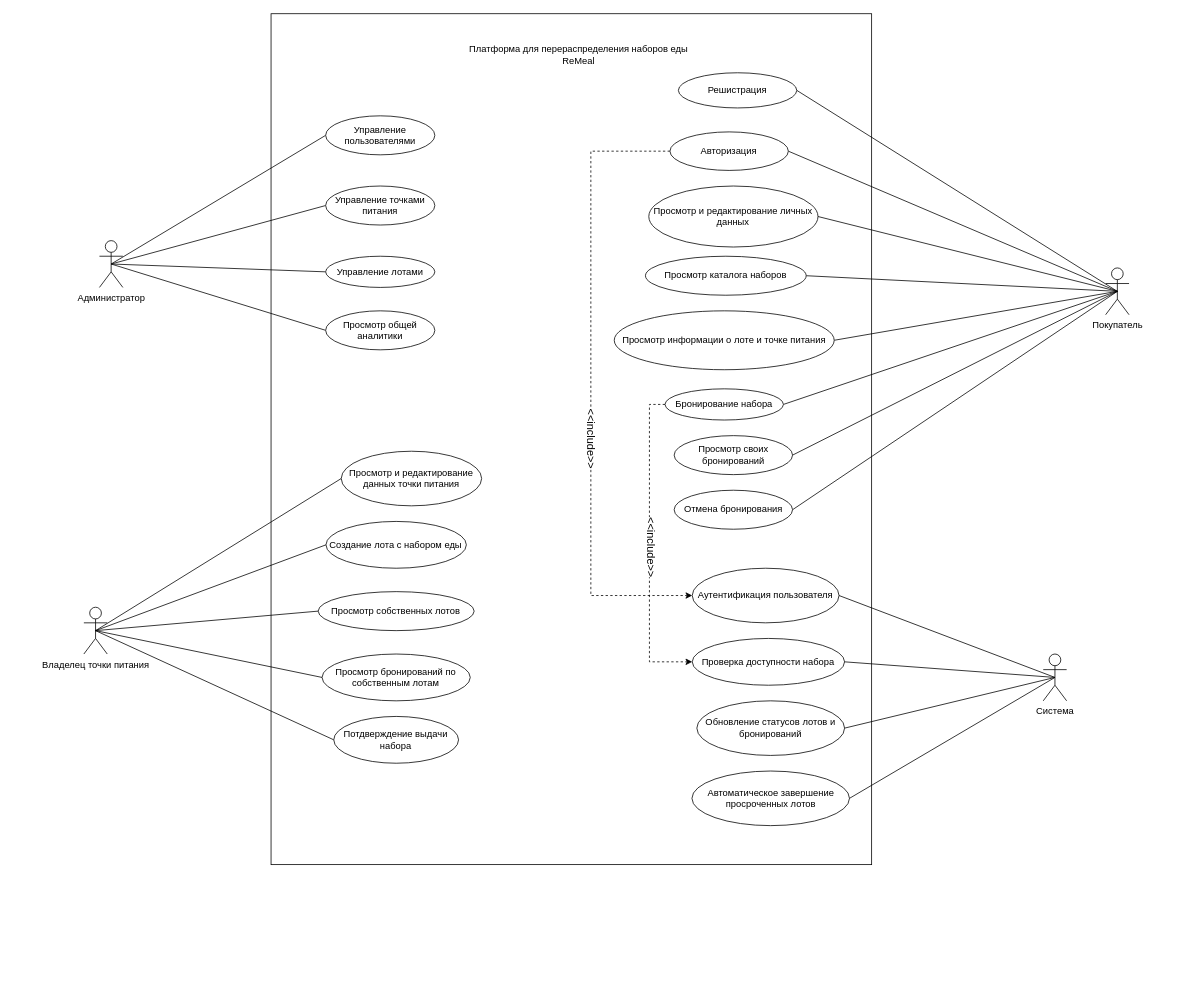
Earlier version of the draw.io diagram Documents/UML/Диаграмма вариантов использования.drawio (bubus1kk/ReMeal). Source tidied: cells renumbered, new cells numbered last; positions are measured from the earlier drawing's top-left corner, leaving out a move shared by most shapes. Both pictures are drawn from the tidied source at 78%, with x=0, y=0 at pixel (83, 13).
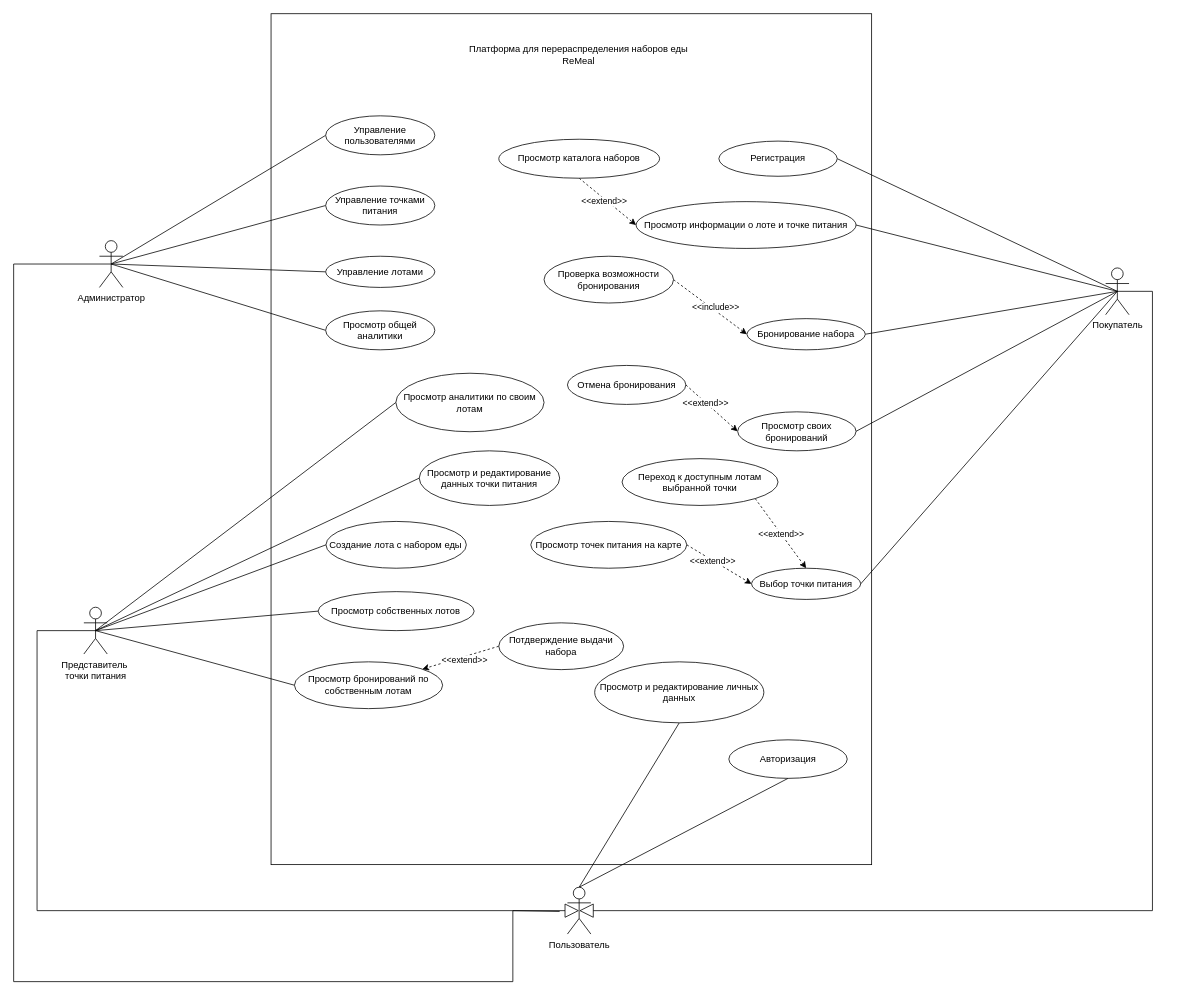
After the change.

Commit message (it also covers changes not shown here):
small fixes in use case diagram and class diagram

The change refers to these unchanged cells:
```xml
<mxCell id="11" value="Покупатель&lt;div&gt;&lt;br&gt;&lt;/div&gt;" style="shape=umlActor;verticalLabelPosition=bottom;verticalAlign=top;html=1;outlineConnect=0;" parent="1" vertex="1">
  <mxGeometry x="1310" y="326" width="30" height="60" as="geometry" />
</mxCell>
<mxCell id="17" value="Администратор" style="shape=umlActor;verticalLabelPosition=bottom;verticalAlign=top;html=1;outlineConnect=0;" parent="1" vertex="1">
  <mxGeometry x="20" y="291" width="30" height="60" as="geometry" />
</mxCell>
```

Change to the diagram source:
```diff
@@
-    <mxCell id="4" style="rounded=0;jettySize=auto;html=1;exitX=0.5;exitY=0.5;exitDx=0;exitDy=0;exitPerimeter=0;entryX=1;entryY=0.5;entryDx=0;entryDy=0;startArrow=none;startFill=0;endArrow=none;endFill=0;" parent="1" edge="1" source="11" target="28">
-      <mxGeometry relative="1" as="geometry" />
-    </mxCell>
-    <mxCell id="5" style="rounded=0;jettySize=auto;html=1;exitX=0.5;exitY=0.5;exitDx=0;exitDy=0;exitPerimeter=0;entryX=1;entryY=0.5;entryDx=0;entryDy=0;endArrow=none;endFill=0;" parent="1" edge="1" source="11" target="29">
-      <mxGeometry relative="1" as="geometry" />
-    </mxCell>
-    <mxCell id="6" style="rounded=0;jettySize=auto;html=1;exitX=0.5;exitY=0.5;exitDx=0;exitDy=0;exitPerimeter=0;entryX=1;entryY=0.5;entryDx=0;entryDy=0;endArrow=none;endFill=0;" parent="1" edge="1" source="11" target="30">
-      <mxGeometry relative="1" as="geometry" />
-    </mxCell>
@@
-    <mxCell id="10" style="rounded=0;jettySize=auto;html=1;exitX=0.5;exitY=0.5;exitDx=0;exitDy=0;exitPerimeter=0;entryX=1;entryY=0.5;entryDx=0;entryDy=0;endArrow=none;endFill=0;" parent="1" edge="1" source="11" target="34">
-      <mxGeometry relative="1" as="geometry" />
-    </mxCell>
+    <mxCell id="54" style="rounded=0;jettySize=auto;html=1;exitX=0.5;exitY=0.5;exitDx=0;exitDy=0;exitPerimeter=0;entryX=1;entryY=0.5;entryDx=0;entryDy=0;endArrow=none;endFill=0;" parent="1" edge="1" source="11" target="78">
+      <mxGeometry relative="1" as="geometry" />
+    </mxCell>
@@
-    <mxCell id="12" value="Система&lt;div&gt;&lt;br&gt;&lt;/div&gt;" style="shape=umlActor;verticalLabelPosition=bottom;verticalAlign=top;html=1;outlineConnect=0;" parent="1" vertex="1">
-      <mxGeometry x="1230" y="821" width="30" height="60" as="geometry" />
-    </mxCell>
@@
-    <mxCell id="22" style="rounded=0;jettySize=auto;html=1;exitX=0.5;exitY=0.5;exitDx=0;exitDy=0;exitPerimeter=0;entryX=0;entryY=0.5;entryDx=0;entryDy=0;endArrow=none;endFill=0;" parent="1" edge="1" source="23" target="44">
-      <mxGeometry relative="1" as="geometry" />
-    </mxCell>
+    <mxCell id="55" style="rounded=0;jettySize=auto;html=1;exitX=0.5;exitY=0.5;exitDx=0;exitDy=0;exitPerimeter=0;entryX=0;entryY=0.5;entryDx=0;entryDy=0;endArrow=none;endFill=0;" parent="1" edge="1" source="23" target="74">
+      <mxGeometry relative="1" as="geometry" />
+    </mxCell>
-    <mxCell id="23" value="Владелец точки питания" style="shape=umlActor;verticalLabelPosition=bottom;verticalAlign=top;html=1;outlineConnect=0;" parent="1" vertex="1">
+    <mxCell id="23" value="Представитель&amp;nbsp;&lt;div&gt;т&lt;span style=&quot;background-color: transparent; color: light-dark(rgb(0, 0, 0), rgb(255, 255, 255));&quot;&gt;очки питания&lt;/span&gt;&lt;/div&gt;" style="shape=umlActor;verticalLabelPosition=bottom;verticalAlign=top;html=1;outlineConnect=0;" parent="1" vertex="1">
       <mxGeometry y="761" width="30" height="60" as="geometry" />
     </mxCell>
@@
-    <mxCell id="25" value="Решистрация" style="ellipse;whiteSpace=wrap;html=1;" parent="1" vertex="1">
-      <mxGeometry x="762.2" y="75.8" width="151.8" height="45.1" as="geometry" />
+    <mxCell id="25" value="Регистрация" style="ellipse;whiteSpace=wrap;html=1;" parent="1" vertex="1">
+      <mxGeometry x="814.1" y="163.4" width="151.8" height="45.1" as="geometry" />
     </mxCell>
-    <mxCell id="26" style="edgeStyle=orthogonalEdgeStyle;rounded=0;jettySize=auto;html=1;exitX=0;exitY=0.5;exitDx=0;exitDy=0;entryX=0;entryY=0.5;entryDx=0;entryDy=0;dashed=1;" parent="1" edge="1" source="28" target="51">
-      <mxGeometry relative="1" as="geometry">
-        <Array as="points">
-          <mxPoint x="650" y="176" />
-          <mxPoint x="650" y="746" />
-        </Array>
-      </mxGeometry>
-    </mxCell>
-    <mxCell id="27" value="&lt;font style=&quot;font-size: 14px;&quot;&gt;&amp;lt;&amp;lt;include&amp;gt;&amp;gt;&lt;/font&gt;" style="edgeLabel;html=1;align=center;verticalAlign=middle;rotation=90;" parent="26" vertex="1">
-      <mxGeometry x="-0.11" y="1" relative="1" as="geometry">
-        <mxPoint y="113" as="offset" />
-      </mxGeometry>
-    </mxCell>
-    <mxCell id="28" value="Авторизация" style="ellipse;whiteSpace=wrap;html=1;" parent="1" vertex="1">
-      <mxGeometry x="751.4" y="151.6" width="151.8" height="49.4" as="geometry" />
-    </mxCell>
-    <mxCell id="29" value="Просмотр и редактирование личных данных" style="ellipse;whiteSpace=wrap;html=1;" parent="1" vertex="1">
-      <mxGeometry x="724.3" y="221" width="216.9" height="78.2" as="geometry" />
-    </mxCell>
+    <mxCell id="56" style="rounded=0;jettySize=auto;html=1;exitX=0.5;exitY=1;exitDx=0;exitDy=0;entryX=0;entryY=0.5;entryDx=0;entryDy=0;dashed=1;" parent="1" edge="1" source="30" target="31">
+      <mxGeometry relative="1" as="geometry" />
+    </mxCell>
+    <mxCell id="57" value="&amp;lt;&amp;lt;extend&amp;gt;&amp;gt;" style="edgeLabel;html=1;align=center;verticalAlign=middle;" parent="56" vertex="1">
+      <mxGeometry x="-0.15" y="3" relative="1" as="geometry">
+        <mxPoint x="-1" y="6" as="offset" />
+      </mxGeometry>
+    </mxCell>
     <mxCell id="30" value="Просмотр каталога наборов" style="ellipse;whiteSpace=wrap;html=1;" parent="1" vertex="1">
-      <mxGeometry x="720" y="311" width="206.1" height="50" as="geometry" />
+      <mxGeometry x="532" y="161" width="206.1" height="50" as="geometry" />
     </mxCell>
     <mxCell id="31" value="Просмотр информации о лоте и точке питания" style="ellipse;whiteSpace=wrap;html=1;" parent="1" vertex="1">
-      <mxGeometry x="680" y="381" width="282" height="75.5" as="geometry" />
+      <mxGeometry x="708" y="241" width="282" height="60" as="geometry" />
     </mxCell>
-    <mxCell id="32" style="edgeStyle=orthogonalEdgeStyle;rounded=0;jettySize=auto;html=1;exitX=0;exitY=0.5;exitDx=0;exitDy=0;entryX=0;entryY=0.5;entryDx=0;entryDy=0;dashed=1;" parent="1" edge="1" source="33" target="49">
-      <mxGeometry relative="1" as="geometry" />
-    </mxCell>
     <mxCell id="33" value="Бронирование набора" style="ellipse;whiteSpace=wrap;html=1;" parent="1" vertex="1">
-      <mxGeometry x="745.1" y="481" width="151.8" height="40" as="geometry" />
+      <mxGeometry x="850.1" y="391" width="151.8" height="40" as="geometry" />
     </mxCell>
+    <mxCell id="58" style="rounded=0;jettySize=auto;html=1;exitX=1;exitY=0.5;exitDx=0;exitDy=0;entryX=0;entryY=0.5;entryDx=0;entryDy=0;dashed=1;" parent="1" edge="1" source="34" target="35">
+      <mxGeometry relative="1" as="geometry" />
+    </mxCell>
+    <mxCell id="59" value="&amp;lt;&amp;lt;extend&amp;gt;&amp;gt;" style="edgeLabel;html=1;align=center;verticalAlign=middle;" parent="58" vertex="1">
+      <mxGeometry x="-0.26" relative="1" as="geometry" />
+    </mxCell>
     <mxCell id="34" value="Отмена бронирования" style="ellipse;whiteSpace=wrap;html=1;" parent="1" vertex="1">
-      <mxGeometry x="756.8" y="611" width="151.8" height="50" as="geometry" />
+      <mxGeometry x="620" y="451" width="151.8" height="50" as="geometry" />
     </mxCell>
     <mxCell id="35" value="Просмотр своих бронирований" style="ellipse;whiteSpace=wrap;html=1;" parent="1" vertex="1">
-      <mxGeometry x="756.8" y="541" width="151.8" height="50" as="geometry" />
+      <mxGeometry x="838.2" y="510.5" width="151.8" height="50" as="geometry" />
     </mxCell>
@@
     <mxCell id="40" value="Просмотр и редактирование данных точки питания" style="ellipse;whiteSpace=wrap;html=1;" parent="1" vertex="1">
-      <mxGeometry x="330" y="561" width="180" height="70" as="geometry" />
+      <mxGeometry x="430" y="560.5" width="180" height="70" as="geometry" />
     </mxCell>
@@
     <mxCell id="43" value="Просмотр бронирований по собственным лотам" style="ellipse;whiteSpace=wrap;html=1;" parent="1" vertex="1">
-      <mxGeometry x="305.4" y="821" width="190" height="60" as="geometry" />
+      <mxGeometry x="270" y="831" width="190" height="60" as="geometry" />
     </mxCell>
+    <mxCell id="60" style="rounded=0;jettySize=auto;html=1;exitX=0;exitY=0.5;exitDx=0;exitDy=0;dashed=1;" parent="1" edge="1" source="44" target="43">
+      <mxGeometry relative="1" as="geometry" />
+    </mxCell>
+    <mxCell id="61" value="&amp;lt;&amp;lt;extend&amp;gt;&amp;gt;" style="edgeLabel;html=1;align=center;verticalAlign=middle;" parent="60" vertex="1">
+      <mxGeometry x="-0.08" y="4" relative="1" as="geometry">
+        <mxPoint x="-1" as="offset" />
+      </mxGeometry>
+    </mxCell>
     <mxCell id="44" value="Потдверждение выдачи набора" style="ellipse;whiteSpace=wrap;html=1;" parent="1" vertex="1">
-      <mxGeometry x="320.4" y="901" width="160" height="60" as="geometry" />
+      <mxGeometry x="532" y="781" width="160" height="60" as="geometry" />
     </mxCell>
-    <mxCell id="45" value="Автоматическое завершение просроченных лотов" style="ellipse;whiteSpace=wrap;html=1;" parent="1" vertex="1">
-      <mxGeometry x="779.6" y="971" width="202" height="70" as="geometry" />
-    </mxCell>
-    <mxCell id="46" style="rounded=0;jettySize=auto;html=1;exitX=1;exitY=0.5;exitDx=0;exitDy=0;entryX=0.5;entryY=0.5;entryDx=0;entryDy=0;entryPerimeter=0;endArrow=none;endFill=0;" parent="1" edge="1" source="45" target="12">
-      <mxGeometry relative="1" as="geometry" />
-    </mxCell>
-    <mxCell id="47" style="rounded=0;jettySize=auto;html=1;exitX=1;exitY=0.5;exitDx=0;exitDy=0;entryX=0.5;entryY=0.5;entryDx=0;entryDy=0;entryPerimeter=0;endArrow=none;endFill=0;" parent="1" edge="1" source="48" target="12">
-      <mxGeometry relative="1" as="geometry" />
-    </mxCell>
-    <mxCell id="48" value="Обновление статусов лотов и бронирований" style="ellipse;whiteSpace=wrap;html=1;" parent="1" vertex="1">
-      <mxGeometry x="785.9" y="881" width="189.4" height="70" as="geometry" />
-    </mxCell>
-    <mxCell id="49" value="Проверка доступности набора" style="ellipse;whiteSpace=wrap;html=1;" parent="1" vertex="1">
-      <mxGeometry x="780" y="801" width="195.3" height="60" as="geometry" />
-    </mxCell>
-    <mxCell id="50" style="rounded=0;jettySize=auto;html=1;exitX=1;exitY=0.5;exitDx=0;exitDy=0;entryX=0.5;entryY=0.5;entryDx=0;entryDy=0;entryPerimeter=0;endArrow=none;endFill=0;" parent="1" edge="1" source="49" target="12">
-      <mxGeometry relative="1" as="geometry" />
-    </mxCell>
-    <mxCell id="51" value="Аутентификация пользователя" style="ellipse;whiteSpace=wrap;html=1;" parent="1" vertex="1">
-      <mxGeometry x="780" y="711" width="188.2" height="70" as="geometry" />
-    </mxCell>
-    <mxCell id="52" style="rounded=0;jettySize=auto;html=1;exitX=1;exitY=0.5;exitDx=0;exitDy=0;entryX=0.5;entryY=0.5;entryDx=0;entryDy=0;entryPerimeter=0;endArrow=none;endFill=0;" parent="1" edge="1" source="51" target="12">
-      <mxGeometry relative="1" as="geometry" />
-    </mxCell>
-    <mxCell id="53" value="&lt;font style=&quot;font-size: 14px;&quot;&gt;&amp;lt;&amp;lt;include&amp;gt;&amp;gt;&lt;/font&gt;" style="edgeLabel;html=1;align=center;verticalAlign=middle;rotation=90;" parent="1" vertex="1">
-      <mxGeometry x="680" y="611" as="geometry">
-        <mxPoint x="72" y="-48" as="offset" />
-      </mxGeometry>
-    </mxCell>
+    <mxCell id="62" style="rounded=0;jettySize=auto;html=1;exitX=1;exitY=0.5;exitDx=0;exitDy=0;entryX=0;entryY=0.5;entryDx=0;entryDy=0;dashed=1;" parent="1" edge="1" source="64" target="78">
+      <mxGeometry relative="1" as="geometry" />
+    </mxCell>
+    <mxCell id="63" value="&amp;lt;&amp;lt;extend&amp;gt;&amp;gt;" style="edgeLabel;html=1;align=center;verticalAlign=middle;" parent="62" vertex="1">
+      <mxGeometry x="-0.22" y="-1" relative="1" as="geometry" />
+    </mxCell>
+    <mxCell id="64" value="Просмотр точек питания на карте" style="ellipse;whiteSpace=wrap;html=1;" parent="1" vertex="1">
+      <mxGeometry x="573" y="651" width="200" height="60" as="geometry" />
+    </mxCell>
+    <mxCell id="65" style="rounded=0;jettySize=auto;html=1;exitX=1;exitY=1;exitDx=0;exitDy=0;entryX=0.5;entryY=0;entryDx=0;entryDy=0;dashed=1;" parent="1" edge="1" source="67" target="78">
+      <mxGeometry relative="1" as="geometry" />
+    </mxCell>
+    <mxCell id="66" value="&amp;lt;&amp;lt;extend&amp;gt;&amp;gt;" style="edgeLabel;html=1;align=center;verticalAlign=middle;" parent="65" vertex="1">
+      <mxGeometry x="0.02" relative="1" as="geometry" />
+    </mxCell>
+    <mxCell id="67" value="Переход к доступным лотам выбранной точки" style="ellipse;whiteSpace=wrap;html=1;" parent="1" vertex="1">
+      <mxGeometry x="690" y="570.5" width="200" height="60" as="geometry" />
+    </mxCell>
+    <mxCell id="68" style="rounded=0;jettySize=auto;html=1;exitX=0.5;exitY=0;exitDx=0;exitDy=0;exitPerimeter=0;entryX=0.5;entryY=1;entryDx=0;entryDy=0;endArrow=none;endFill=0;" parent="1" edge="1" source="70" target="29">
+      <mxGeometry relative="1" as="geometry" />
+    </mxCell>
+    <mxCell id="69" style="rounded=0;jettySize=auto;html=1;exitX=0.5;exitY=0;exitDx=0;exitDy=0;exitPerimeter=0;entryX=0.5;entryY=1;entryDx=0;entryDy=0;endArrow=none;endFill=0;" parent="1" edge="1" source="70" target="28">
+      <mxGeometry relative="1" as="geometry" />
+    </mxCell>
+    <mxCell id="70" value="Пользователь&lt;div&gt;&lt;br&gt;&lt;/div&gt;" style="shape=umlActor;verticalLabelPosition=bottom;verticalAlign=top;html=1;" parent="1" vertex="1">
+      <mxGeometry x="620" y="1120" width="30" height="60" as="geometry" />
+    </mxCell>
+    <mxCell id="28" value="Авторизация" style="ellipse;whiteSpace=wrap;html=1;" parent="1" vertex="1">
+      <mxGeometry x="826.9" y="931" width="151.8" height="49.4" as="geometry" />
+    </mxCell>
+    <mxCell id="29" value="Просмотр и редактирование личных данных" style="ellipse;whiteSpace=wrap;html=1;" parent="1" vertex="1">
+      <mxGeometry x="654.9" y="831" width="216.9" height="78.2" as="geometry" />
+    </mxCell>
+    <mxCell id="71" style="endArrow=block;endSize=16;endFill=0;html=1;rounded=0;exitX=0.5;exitY=0.5;exitDx=0;exitDy=0;exitPerimeter=0;entryX=0.5;entryY=0.5;entryDx=0;entryDy=0;entryPerimeter=0;edgeStyle=orthogonalEdgeStyle;" parent="1" edge="1" source="23" target="70">
+      <mxGeometry relative="1" as="geometry">
+        <Array as="points">
+          <mxPoint x="-60" y="791" />
+          <mxPoint x="-60" y="1150" />
+        </Array>
+      </mxGeometry>
+    </mxCell>
+    <mxCell id="72" style="endArrow=block;endSize=16;endFill=0;html=1;rounded=0;exitX=0.5;exitY=0.5;exitDx=0;exitDy=0;exitPerimeter=0;entryX=0.5;entryY=0.5;entryDx=0;entryDy=0;entryPerimeter=0;edgeStyle=orthogonalEdgeStyle;" parent="1" edge="1" source="11" target="70">
+      <mxGeometry relative="1" as="geometry">
+        <Array as="points">
+          <mxPoint x="1370" y="356" />
+          <mxPoint x="1370" y="1150" />
+        </Array>
+      </mxGeometry>
+    </mxCell>
+    <mxCell id="73" style="edgeStyle=orthogonalEdgeStyle;rounded=0;jettySize=auto;html=1;exitX=0.5;exitY=0.5;exitDx=0;exitDy=0;exitPerimeter=0;endArrow=none;endFill=0;" parent="1" edge="1" source="17">
+      <mxGeometry relative="1" as="geometry">
+        <mxPoint x="610" y="1151" as="targetPoint" />
+        <Array as="points">
+          <mxPoint x="-90" y="321" />
+          <mxPoint x="-90" y="1241" />
+          <mxPoint x="550" y="1241" />
+          <mxPoint x="550" y="1150" />
+          <mxPoint x="610" y="1150" />
+        </Array>
+      </mxGeometry>
+    </mxCell>
+    <mxCell id="74" value="Просмотр аналитики по своим лотам" style="ellipse;whiteSpace=wrap;html=1;" parent="1" vertex="1">
+      <mxGeometry x="400" y="461" width="190" height="75" as="geometry" />
+    </mxCell>
+    <mxCell id="75" style="rounded=0;jettySize=auto;html=1;exitX=1;exitY=0.5;exitDx=0;exitDy=0;entryX=0;entryY=0.5;entryDx=0;entryDy=0;dashed=1;" parent="1" edge="1" source="77" target="33">
+      <mxGeometry relative="1" as="geometry" />
+    </mxCell>
+    <mxCell id="76" value="&amp;lt;&amp;lt;include&amp;gt;&amp;gt;" style="edgeLabel;html=1;align=center;verticalAlign=middle;" parent="75" vertex="1">
+      <mxGeometry x="0.09" y="3" relative="1" as="geometry" />
+    </mxCell>
+    <mxCell id="77" value="Проверка возможности бронирования" style="ellipse;whiteSpace=wrap;html=1;" parent="1" vertex="1">
+      <mxGeometry x="590" y="311" width="166" height="60" as="geometry" />
+    </mxCell>
+    <mxCell id="78" value="Выбор точки питания" style="ellipse;whiteSpace=wrap;html=1;" parent="1" vertex="1">
+      <mxGeometry x="856" y="711" width="140" height="40" as="geometry" />
+    </mxCell>
```
